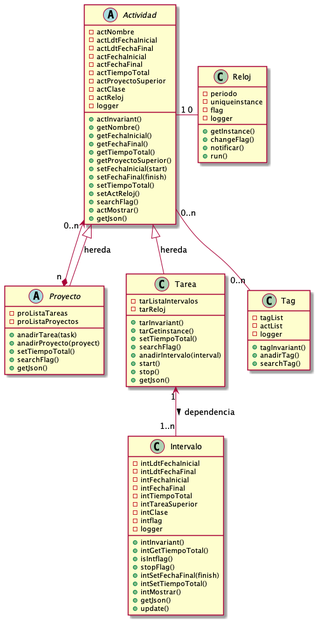
This is Now/TimeTracker/TimeTrackerUML.png from joan-mata/TimeTracker, a PlantUML export, as it was before one commit.
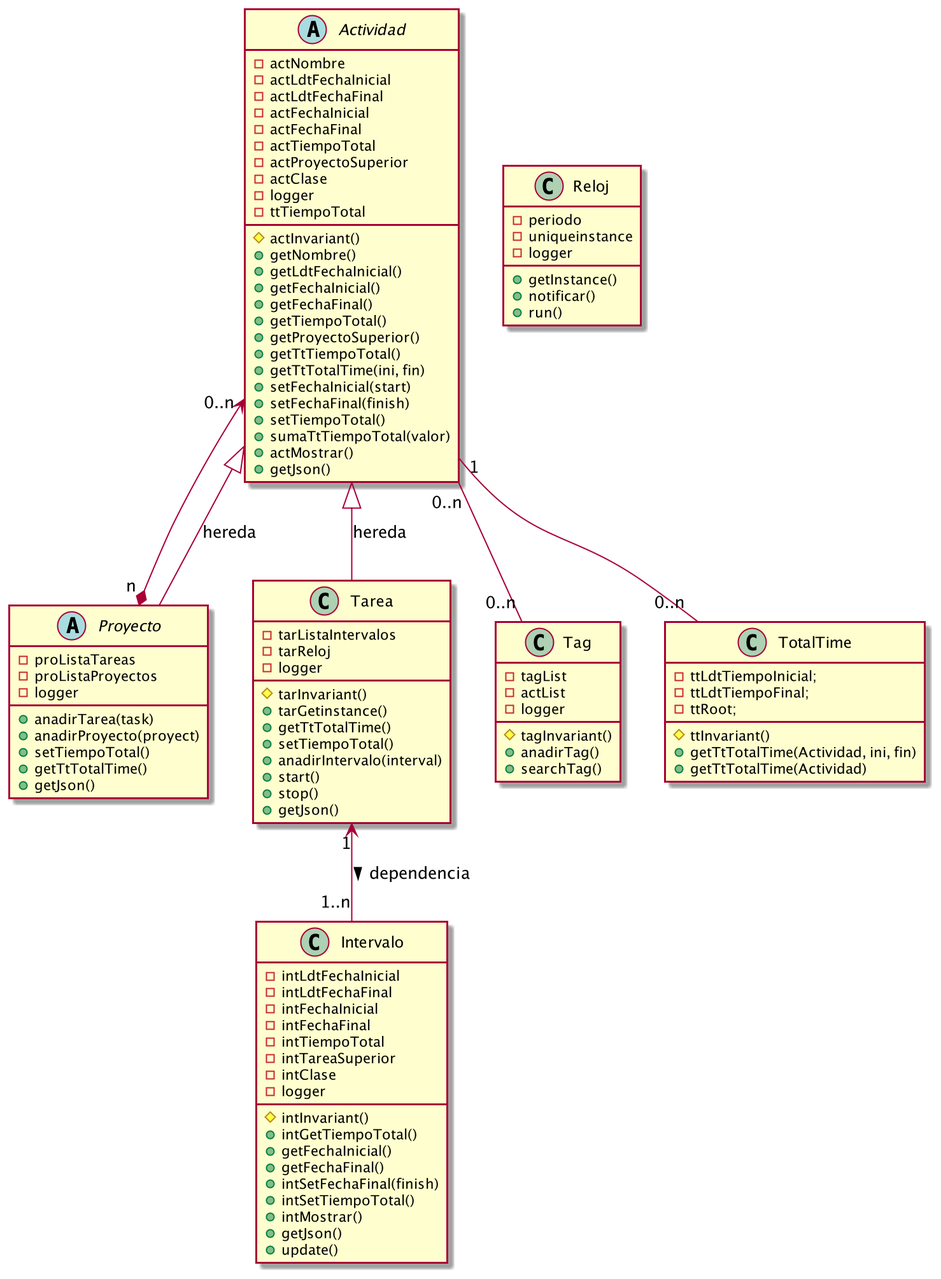
After the commit.

What changed in the source:
```diff
@@ -1,11 +1,11 @@
 @startuml
 
-Actividad "1" - "0" Reloj
 Actividad "0..n" <--* "n " Proyecto
 Actividad <|-- Proyecto : hereda
 Actividad <|-- Tarea : hereda
 Tarea "1" <-- "1..n" Intervalo : dependencia >
 Actividad "0..n" -- "0..n" Tag
+Actividad "1" -- "0..n" TotalTime
 
 Abstract Actividad {
 -actNombre
@@ -16,20 +16,22 @@
 -actTiempoTotal
 -actProyectoSuperior
 -actClase
--actReloj
 -logger
+-ttTiempoTotal
 
-+actInvariant()
+#actInvariant()
 +getNombre()
++getLdtFechaInicial()
 +getFechaInicial()
 +getFechaFinal()
 +getTiempoTotal()
 +getProyectoSuperior()
++getTtTiempoTotal()
++getTtTotalTime(ini, fin)
 +setFechaInicial(start)
 +setFechaFinal(finish)
 +setTiempoTotal()
-+setActReloj()
-+searchFlag()
++sumaTtTiempoTotal(valor)
 +actMostrar()
 +getJson()
 }
@@ -37,22 +39,24 @@
 Abstract Proyecto {
 -proListaTareas
 -proListaProyectos
+-logger
 
 +anadirTarea(task)
 +anadirProyecto(proyect)
 +setTiempoTotal()
-+searchFlag()
++getTtTotalTime()
 +getJson()
 }
 
 Class Tarea {
 -tarListaIntervalos
 -tarReloj
+-logger
 
-+tarInvariant()
+#tarInvariant()
 +tarGetinstance()
++getTtTotalTime()
 +setTiempoTotal()
-+searchFlag()
 +anadirIntervalo(interval)
 +start()
 +stop()
@@ -67,13 +71,12 @@
 -intTiempoTotal
 -intTareaSuperior
 -intClase
--intflag
 -logger
 
-+intInvariant()
+#intInvariant()
 +intGetTiempoTotal()
-+isIntflag()
-+stopFlag()
++getFechaInicial()
++getFechaFinal()
 +intSetFechaFinal(finish)
 +intSetTiempoTotal()
 +intMostrar()
@@ -86,19 +89,26 @@
 -actList
 -logger
 
-+tagInvariant()
+#tagInvariant()
 +anadirTag()
 +searchTag()
+}
+Class TotalTime {
+-ttLdtTiempoInicial;
+-ttLdtTiempoFinal;
+-ttRoot;
+
+#ttInvariant()
++getTtTotalTime(Actividad, ini, fin)
++getTtTotalTime(Actividad)
 }
 
 Class Reloj {
 -periodo
 -uniqueinstance
--flag
 -logger
 
 +getInstance()
-+changeFlag()
 +notificar()
 +run()
 }
```
